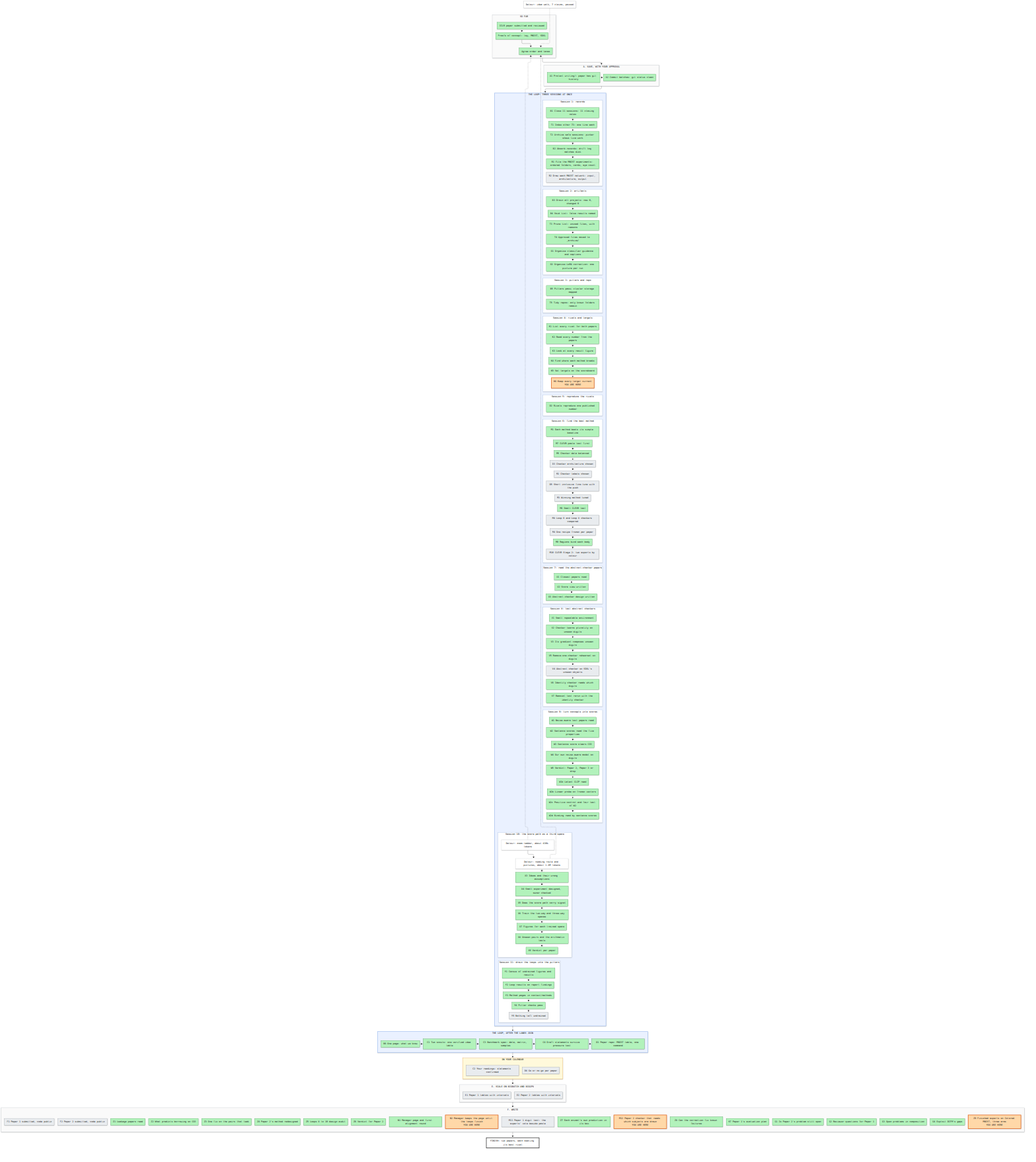
Above: artifacts/notes/progress/map.png in mo-rsa24/concept-composition (Mermaid), before the change. Its source is kept beside it as artifacts/notes/progress/map.mmd.
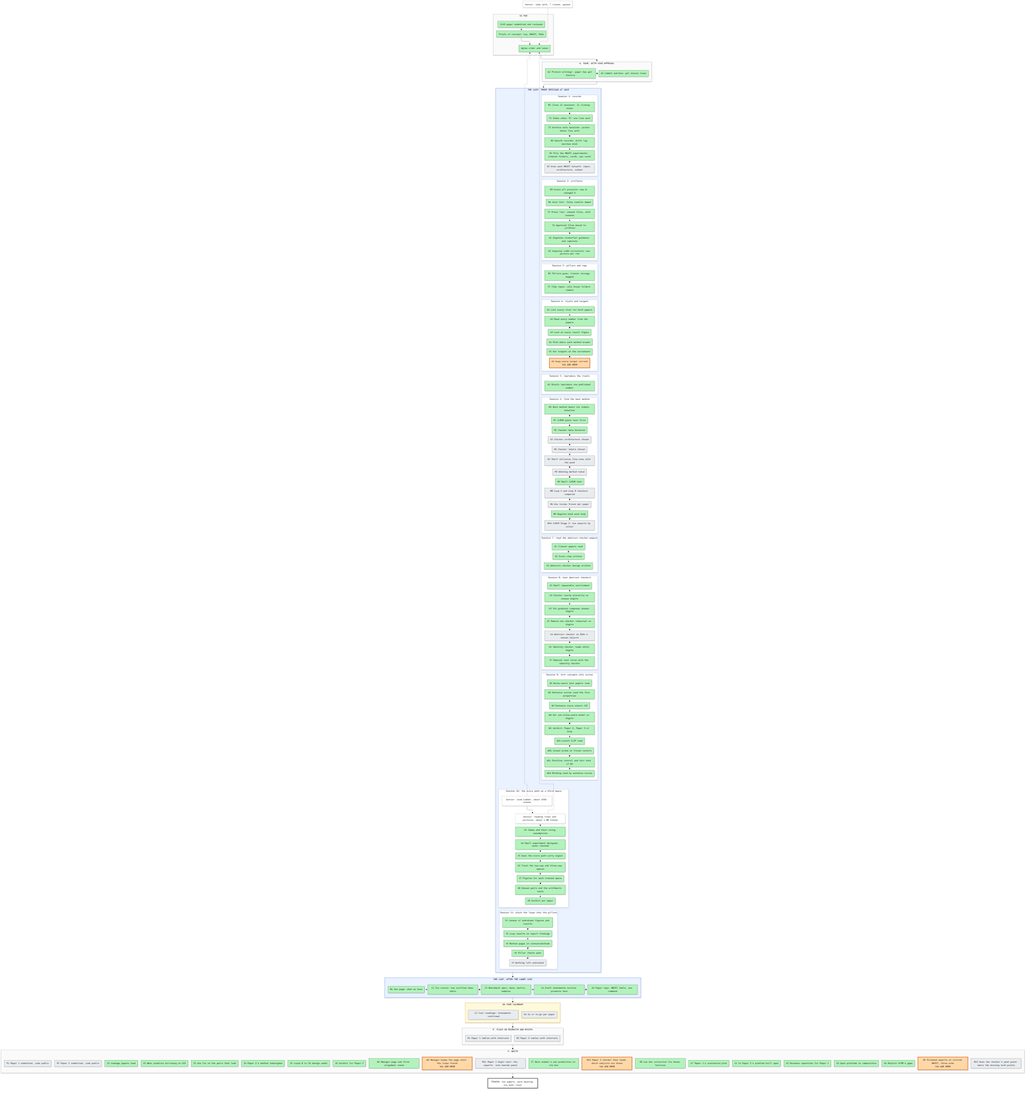
After the commit.

Commit message:
Owner: M13, does the checker's gradient point along the dropped term, before any more classifier runs

What changed in the source:
```diff
@@ -74,7 +74,7 @@
   end
   subgraph SF["F. WRITE"]
     direction LR
-    F1["F1 Paper 1 submitted, code public"]:::todo ~~~ F2["F2 Paper 2 submitted, code public"]:::todo ~~~ Z1["Z1 Leakage papers read"]:::done ~~~ Z2["Z2 What predicts borrowing on CO3"]:::done ~~~ Z3["Z3 One fix on the pairs that leak"]:::done ~~~ Z4["Z4 Paper 2's method redesigned"]:::done ~~~ Z5["Z5 Loops 8 to 10 design audit"]:::done ~~~ Z6["Z6 Verdict for Paper 2"]:::done ~~~ N1["N1 Manager page and first alignment round"]:::done ~~~ N2["N2 Manager keeps the page until the loops finish<br/>YOU ARE HERE"]:::doing ~~~ M11["M11 Paper 1 digit test: the experts' vote beside paste"]:::todo ~~~ Z7["Z7 Each animal's own prediction in its box"]:::done ~~~ M12["M12 Paper 2 checker that reads which subjects are drawn<br/>YOU ARE HERE"]:::doing ~~~ Z8["Z8 Can the correction fix known failures"]:::done ~~~ K7["K7 Paper 1's evaluation plan"]:::done ~~~ G1["G1 Is Paper 2's problem still open"]:::done ~~~ G2["G2 Reviewer questions for Paper 1"]:::done ~~~ G3["G3 Open problems in composition"]:::done ~~~ G4["G4 Exploit DCFM's gaps"]:::done ~~~ Z9["Z9 Finished experts on Colored MNIST, three arms<br/>YOU ARE HERE"]:::doing
+    F1["F1 Paper 1 submitted, code public"]:::todo ~~~ F2["F2 Paper 2 submitted, code public"]:::todo ~~~ Z1["Z1 Leakage papers read"]:::done ~~~ Z2["Z2 What predicts borrowing on CO3"]:::done ~~~ Z3["Z3 One fix on the pairs that leak"]:::done ~~~ Z4["Z4 Paper 2's method redesigned"]:::done ~~~ Z5["Z5 Loops 8 to 10 design audit"]:::done ~~~ Z6["Z6 Verdict for Paper 2"]:::done ~~~ N1["N1 Manager page and first alignment round"]:::done ~~~ N2["N2 Manager keeps the page until the loops finish<br/>YOU ARE HERE"]:::doing ~~~ M11["M11 Paper 1 digit test: the experts' vote beside paste"]:::todo ~~~ Z7["Z7 Each animal's own prediction in its box"]:::done ~~~ M12["M12 Paper 2 checker that reads which subjects are drawn<br/>YOU ARE HERE"]:::doing ~~~ Z8["Z8 Can the correction fix known failures"]:::done ~~~ K7["K7 Paper 1's evaluation plan"]:::done ~~~ G1["G1 Is Paper 2's problem still open"]:::done ~~~ G2["G2 Reviewer questions for Paper 1"]:::done ~~~ G3["G3 Open problems in composition"]:::done ~~~ G4["G4 Exploit DCFM's gaps"]:::done ~~~ Z9["Z9 Finished experts on Colored MNIST, three arms<br/>YOU ARE HERE"]:::doing ~~~ M13["M13 Does the checker's push point where the missing term points"]:::todo
   end
   GOAL["FINISH: two papers, each beating its best rival"]:::goal
   X0["Detour: idea walk, 7 claims, paused"]:::detour -.-> P2
```
